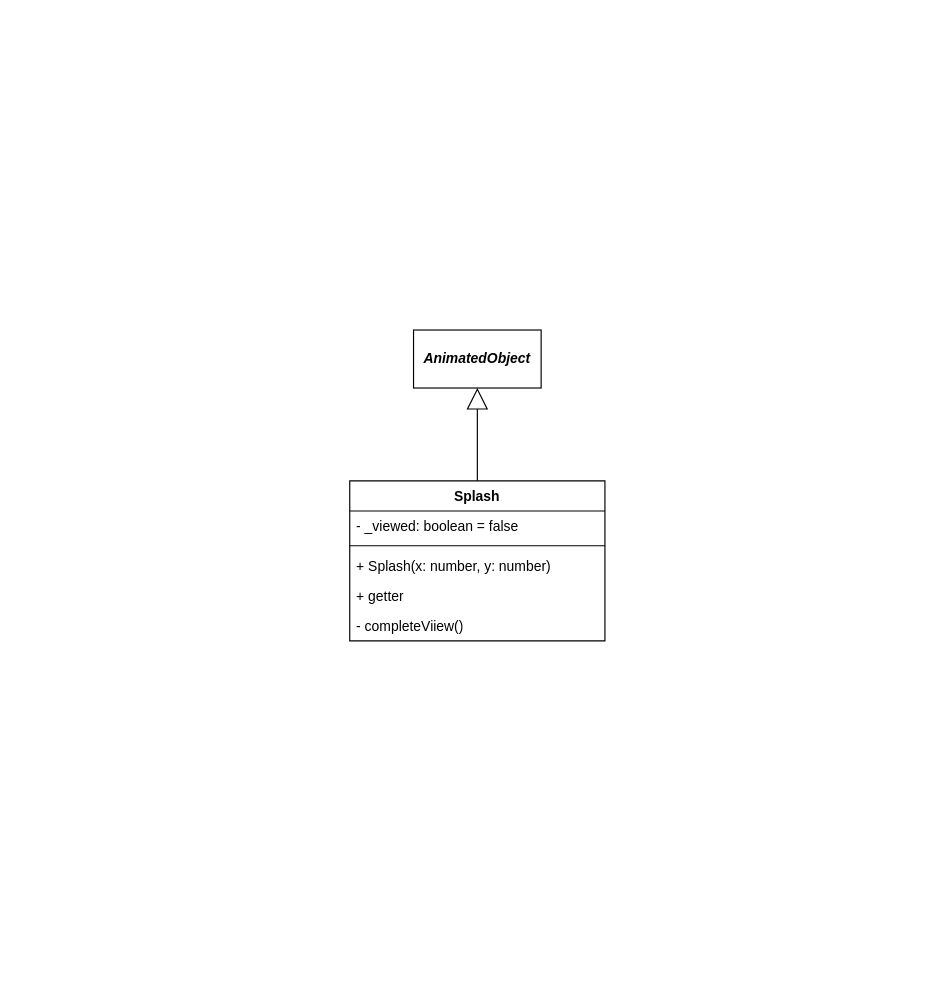
Before: docs/issue/81-diagram.drawio in elma1989/el-pollo-loco, a draw.io diagram. Source tidied: cells renumbered, new cells numbered last; positions are measured from the earlier drawing's top-left corner, leaving out a move shared by most shapes. Both pictures are drawn from the tidied source at 116%, with x=0, y=0 at pixel (349, 329).
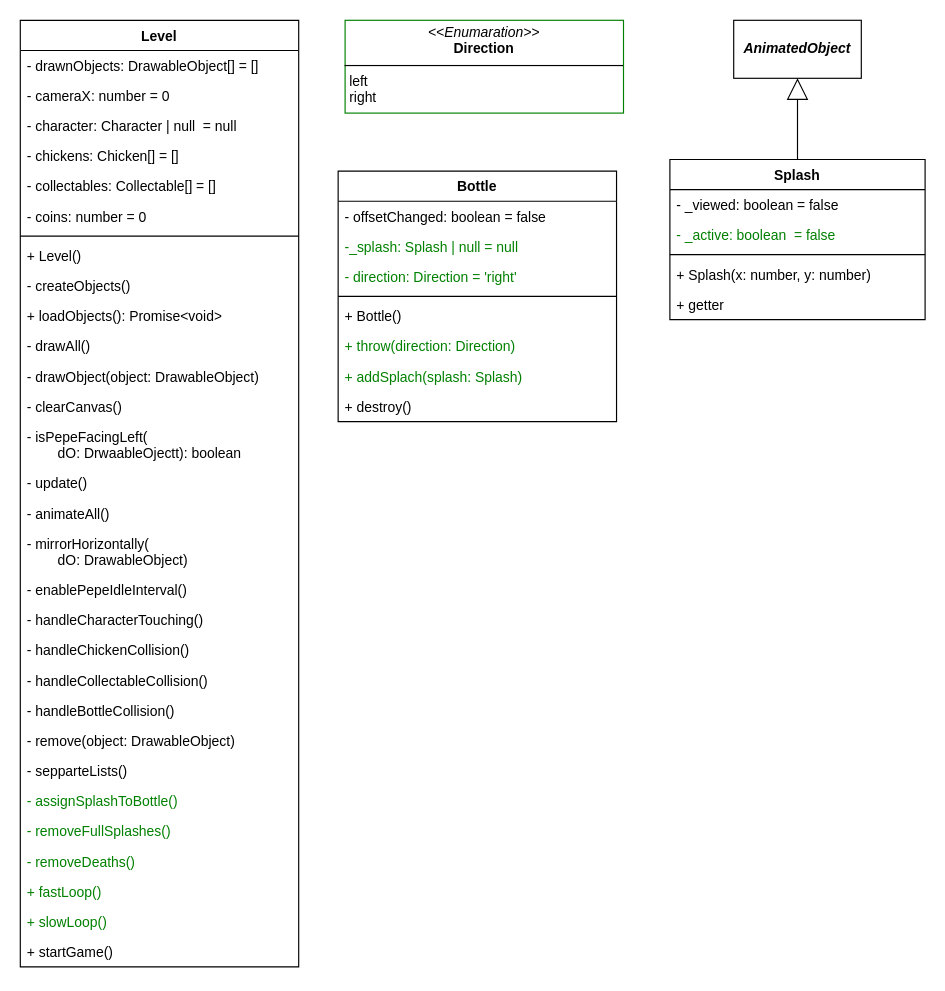
The same diagram, later.

Commit message (it also covers changes not shown here):
doc: Updated issue 81 diagram, Updated Splash, Bottle, Level

What changed in the source:
```diff
@@
     <mxCell id="2" value="Splash" style="swimlane;fontStyle=1;align=center;verticalAlign=top;horizontal=1;startSize=26;whiteSpace=wrap;html=1;" parent="1" vertex="1">
-      <mxGeometry y="130" width="220" height="138" as="geometry" />
+      <mxGeometry x="276" y="-147" width="220" height="138" as="geometry" />
     </mxCell>
@@
+    <mxCell id="10" value="- _active: boolean&amp;nbsp; = false" style="text;strokeColor=none;fillColor=none;align=left;verticalAlign=top;spacingLeft=4;spacingRight=4;overflow=hidden;whiteSpace=wrap;html=1;fontStyle=0;fontColor=light-dark(#008000,#80FF80);" parent="2" vertex="1">
+      <mxGeometry y="52" width="220" height="26" as="geometry" />
+    </mxCell>
     <mxCell id="4" style="line;strokeWidth=1;fillColor=none;align=left;verticalAlign=middle;spacingTop=-1;spacingLeft=3;spacingRight=3;labelPosition=right;strokeColor=inherit;" parent="2" vertex="1">
-      <mxGeometry y="52" width="220" height="8" as="geometry" />
+      <mxGeometry y="78" width="220" height="8" as="geometry" />
     </mxCell>
     <mxCell id="5" value="+ Splash(&lt;span style=&quot;background-color: transparent; color: light-dark(rgb(0, 0, 0), rgb(255, 255, 255));&quot;&gt;x: number, y: number)&lt;/span&gt;" style="text;strokeColor=none;fillColor=none;align=left;verticalAlign=top;spacingLeft=4;spacingRight=4;overflow=hidden;whiteSpace=wrap;html=1;fontStyle=0;" parent="2" vertex="1">
-      <mxGeometry y="60" width="220" height="26" as="geometry" />
+      <mxGeometry y="86" width="220" height="26" as="geometry" />
     </mxCell>
     <mxCell id="6" value="+ getter" style="text;strokeColor=none;fillColor=none;align=left;verticalAlign=top;spacingLeft=4;spacingRight=4;overflow=hidden;whiteSpace=wrap;html=1;fontStyle=0;" parent="2" vertex="1">
-      <mxGeometry y="86" width="220" height="26" as="geometry" />
+      <mxGeometry y="112" width="220" height="26" as="geometry" />
     </mxCell>
-    <mxCell id="7" value="- completeViiew()" style="text;strokeColor=none;fillColor=none;align=left;verticalAlign=top;spacingLeft=4;spacingRight=4;overflow=hidden;whiteSpace=wrap;html=1;fontStyle=0;" parent="2" vertex="1">
-      <mxGeometry y="112" width="220" height="26" as="geometry" />
-    </mxCell>
     <mxCell id="8" value="AnimatedObject" style="html=1;whiteSpace=wrap;fontStyle=3;" parent="1" vertex="1">
-      <mxGeometry x="55" width="110" height="50" as="geometry" />
+      <mxGeometry x="331" y="-267" width="110" height="50" as="geometry" />
     </mxCell>
@@
+    <mxCell id="11" value="Bottle" style="swimlane;fontStyle=1;align=center;verticalAlign=top;horizontal=1;startSize=26;whiteSpace=wrap;html=1;strokeColor=default;" parent="1" vertex="1">
+      <mxGeometry x="-10" y="-137" width="240" height="216" as="geometry" />
+    </mxCell>
+    <mxCell id="12" value="- offsetChanged: boolean = false" style="text;strokeColor=none;fillColor=none;align=left;verticalAlign=top;spacingLeft=4;spacingRight=4;overflow=hidden;whiteSpace=wrap;html=1;fontStyle=0;" parent="11" vertex="1">
+      <mxGeometry y="26" width="240" height="26" as="geometry" />
+    </mxCell>
+    <mxCell id="13" value="-_splash: Splash | null = null" style="text;strokeColor=none;fillColor=none;align=left;verticalAlign=top;spacingLeft=4;spacingRight=4;overflow=hidden;whiteSpace=wrap;html=1;fontStyle=0;fontColor=light-dark(#008000,#80FF80);" parent="11" vertex="1">
+      <mxGeometry y="52" width="240" height="26" as="geometry" />
+    </mxCell>
+    <mxCell id="14" value="- direction: Direction = 'right'" style="text;strokeColor=none;fillColor=none;align=left;verticalAlign=top;spacingLeft=4;spacingRight=4;overflow=hidden;whiteSpace=wrap;html=1;fontStyle=0;fontColor=light-dark(#008000,#80FF80);" parent="11" vertex="1">
+      <mxGeometry y="78" width="240" height="26" as="geometry" />
+    </mxCell>
+    <mxCell id="15" style="line;strokeWidth=1;fillColor=none;align=left;verticalAlign=middle;spacingTop=-1;spacingLeft=3;spacingRight=3;labelPosition=right;strokeColor=inherit;" parent="11" vertex="1">
+      <mxGeometry y="104" width="240" height="8" as="geometry" />
+    </mxCell>
+    <mxCell id="16" value="+ Bottle()" style="text;strokeColor=none;fillColor=none;align=left;verticalAlign=top;spacingLeft=4;spacingRight=4;overflow=hidden;whiteSpace=wrap;html=1;fontStyle=0;" parent="11" vertex="1">
+      <mxGeometry y="112" width="240" height="26" as="geometry" />
+    </mxCell>
+    <mxCell id="17" value="+ throw(direction: Direction)" style="text;strokeColor=none;fillColor=none;align=left;verticalAlign=top;spacingLeft=4;spacingRight=4;overflow=hidden;whiteSpace=wrap;html=1;fontStyle=0;fontColor=light-dark(#008000,#80FF80);" parent="11" vertex="1">
+      <mxGeometry y="138" width="240" height="26" as="geometry" />
+    </mxCell>
+    <mxCell id="18" value="+ addSplach(splash: Splash)" style="text;strokeColor=none;fillColor=none;align=left;verticalAlign=top;spacingLeft=4;spacingRight=4;overflow=hidden;whiteSpace=wrap;html=1;fontStyle=0;fontColor=light-dark(#008000,#80FF80);" parent="11" vertex="1">
+      <mxGeometry y="164" width="240" height="26" as="geometry" />
+    </mxCell>
+    <mxCell id="19" value="+ destroy()" style="text;strokeColor=none;fillColor=none;align=left;verticalAlign=top;spacingLeft=4;spacingRight=4;overflow=hidden;whiteSpace=wrap;html=1;fontStyle=0;" parent="11" vertex="1">
+      <mxGeometry y="190" width="240" height="26" as="geometry" />
+    </mxCell>
+    <mxCell id="20" value="&lt;p style=&quot;margin:0px;margin-top:4px;text-align:center;&quot;&gt;&lt;i&gt;&amp;lt;&amp;lt;Enumaration&amp;gt;&amp;gt;&lt;/i&gt;&lt;br&gt;&lt;b&gt;Direction&lt;/b&gt;&lt;/p&gt;&lt;hr size=&quot;1&quot; style=&quot;border-style:solid;&quot;&gt;&lt;p style=&quot;margin:0px;margin-left:4px;&quot;&gt;left&lt;/p&gt;&lt;p style=&quot;margin:0px;margin-left:4px;&quot;&gt;right&lt;/p&gt;" style="verticalAlign=top;align=left;overflow=fill;html=1;whiteSpace=wrap;strokeColor=light-dark(#008000,#80FF80);" parent="1" vertex="1">
+      <mxGeometry x="-4" y="-267" width="240" height="80" as="geometry" />
+    </mxCell>
+    <mxCell id="21" value="Level" style="swimlane;fontStyle=1;align=center;verticalAlign=top;horizontal=1;startSize=26;whiteSpace=wrap;html=1;" parent="1" vertex="1">
+      <mxGeometry x="-284" y="-267" width="240" height="816" as="geometry" />
+    </mxCell>
+    <mxCell id="22" value="- drawnObjects: DrawableObject[] = []" style="text;strokeColor=none;fillColor=none;align=left;verticalAlign=top;spacingLeft=4;spacingRight=4;overflow=hidden;whiteSpace=wrap;html=1;" parent="21" vertex="1">
+      <mxGeometry y="26" width="240" height="26" as="geometry" />
+    </mxCell>
+    <mxCell id="23" value="- cameraX: number = 0" style="text;strokeColor=none;fillColor=none;align=left;verticalAlign=top;spacingLeft=4;spacingRight=4;overflow=hidden;whiteSpace=wrap;html=1;" parent="21" vertex="1">
+      <mxGeometry y="52" width="240" height="26" as="geometry" />
+    </mxCell>
+    <mxCell id="24" value="- character: Character | null&amp;nbsp; = null" style="text;strokeColor=none;fillColor=none;align=left;verticalAlign=top;spacingLeft=4;spacingRight=4;overflow=hidden;whiteSpace=wrap;html=1;" parent="21" vertex="1">
+      <mxGeometry y="78" width="240" height="26" as="geometry" />
+    </mxCell>
+    <mxCell id="25" value="- chickens: Chicken[] = []" style="text;strokeColor=none;fillColor=none;align=left;verticalAlign=top;spacingLeft=4;spacingRight=4;overflow=hidden;whiteSpace=wrap;html=1;" parent="21" vertex="1">
+      <mxGeometry y="104" width="240" height="26" as="geometry" />
+    </mxCell>
+    <mxCell id="26" value="- collectables: Collectable[] = []" style="text;strokeColor=none;fillColor=none;align=left;verticalAlign=top;spacingLeft=4;spacingRight=4;overflow=hidden;whiteSpace=wrap;html=1;fontColor=default;" parent="21" vertex="1">
+      <mxGeometry y="130" width="240" height="26" as="geometry" />
+    </mxCell>
+    <mxCell id="27" value="- coins: number = 0" style="text;strokeColor=none;fillColor=none;align=left;verticalAlign=top;spacingLeft=4;spacingRight=4;overflow=hidden;whiteSpace=wrap;html=1;fontColor=default;" parent="21" vertex="1">
+      <mxGeometry y="156" width="240" height="26" as="geometry" />
+    </mxCell>
+    <mxCell id="28" style="line;strokeWidth=1;fillColor=none;align=left;verticalAlign=middle;spacingTop=-1;spacingLeft=3;spacingRight=3;labelPosition=right;strokeColor=inherit;" parent="21" vertex="1">
+      <mxGeometry y="182" width="240" height="8" as="geometry" />
+    </mxCell>
+    <mxCell id="29" value="+ Level()" style="text;strokeColor=none;fillColor=none;align=left;verticalAlign=top;spacingLeft=4;spacingRight=4;overflow=hidden;whiteSpace=wrap;html=1;" parent="21" vertex="1">
+      <mxGeometry y="190" width="240" height="26" as="geometry" />
+    </mxCell>
+    <mxCell id="30" value="- createObjects()" style="text;strokeColor=none;fillColor=none;align=left;verticalAlign=top;spacingLeft=4;spacingRight=4;overflow=hidden;whiteSpace=wrap;html=1;" parent="21" vertex="1">
+      <mxGeometry y="216" width="240" height="26" as="geometry" />
+    </mxCell>
+    <mxCell id="31" value="+ loadObjects(): Promise&amp;lt;void&amp;gt;" style="text;strokeColor=none;fillColor=none;align=left;verticalAlign=top;spacingLeft=4;spacingRight=4;overflow=hidden;whiteSpace=wrap;html=1;" parent="21" vertex="1">
+      <mxGeometry y="242" width="240" height="26" as="geometry" />
+    </mxCell>
+    <mxCell id="32" value="- drawAll()" style="text;strokeColor=none;fillColor=none;align=left;verticalAlign=top;spacingLeft=4;spacingRight=4;overflow=hidden;whiteSpace=wrap;html=1;" parent="21" vertex="1">
+      <mxGeometry y="268" width="240" height="26" as="geometry" />
+    </mxCell>
+    <mxCell id="33" value="- drawObject(object: DrawableObject)" style="text;strokeColor=none;fillColor=none;align=left;verticalAlign=top;spacingLeft=4;spacingRight=4;overflow=hidden;whiteSpace=wrap;html=1;fontColor=default;" parent="21" vertex="1">
+      <mxGeometry y="294" width="240" height="26" as="geometry" />
+    </mxCell>
+    <mxCell id="34" value="- clearCanvas()" style="text;align=left;verticalAlign=top;spacingLeft=4;spacingRight=4;overflow=hidden;whiteSpace=wrap;html=1;" parent="21" vertex="1">
+      <mxGeometry y="320" width="240" height="26" as="geometry" />
+    </mxCell>
+    <mxCell id="35" value="- isPepeFacingLeft(&lt;div&gt;&lt;span style=&quot;white-space: pre;&quot;&gt;&#9;&lt;/span&gt;dO: DrwaableOjectt): boolean&lt;/div&gt;" style="text;strokeColor=none;fillColor=none;align=left;verticalAlign=top;spacingLeft=4;spacingRight=4;overflow=hidden;whiteSpace=wrap;html=1;" parent="21" vertex="1">
+      <mxGeometry y="346" width="240" height="40" as="geometry" />
+    </mxCell>
+    <mxCell id="36" value="- update()" style="text;strokeColor=none;fillColor=none;align=left;verticalAlign=top;spacingLeft=4;spacingRight=4;overflow=hidden;whiteSpace=wrap;html=1;" parent="21" vertex="1">
+      <mxGeometry y="386" width="240" height="26" as="geometry" />
+    </mxCell>
+    <mxCell id="37" value="- animateAll()" style="text;strokeColor=none;fillColor=none;align=left;verticalAlign=top;spacingLeft=4;spacingRight=4;overflow=hidden;whiteSpace=wrap;html=1;" parent="21" vertex="1">
+      <mxGeometry y="412" width="240" height="26" as="geometry" />
+    </mxCell>
+    <mxCell id="38" value="- mirrorHorizontally(&lt;div&gt;&lt;span style=&quot;white-space: pre;&quot;&gt;&#9;&lt;/span&gt;dO: DrawableObject)&lt;/div&gt;" style="text;strokeColor=none;fillColor=none;align=left;verticalAlign=top;spacingLeft=4;spacingRight=4;overflow=hidden;whiteSpace=wrap;html=1;" parent="21" vertex="1">
+      <mxGeometry y="438" width="240" height="40" as="geometry" />
+    </mxCell>
+    <mxCell id="39" value="- enablePepeIdleInterval()" style="text;strokeColor=none;fillColor=none;align=left;verticalAlign=top;spacingLeft=4;spacingRight=4;overflow=hidden;whiteSpace=wrap;html=1;" parent="21" vertex="1">
+      <mxGeometry y="478" width="240" height="26" as="geometry" />
+    </mxCell>
+    <mxCell id="40" value="- handleCharacterTouching()" style="text;strokeColor=none;fillColor=none;align=left;verticalAlign=top;spacingLeft=4;spacingRight=4;overflow=hidden;whiteSpace=wrap;html=1;" parent="21" vertex="1">
+      <mxGeometry y="504" width="240" height="26" as="geometry" />
+    </mxCell>
+    <mxCell id="41" value="- handleChickenCollision()" style="text;strokeColor=none;fillColor=none;align=left;verticalAlign=top;spacingLeft=4;spacingRight=4;overflow=hidden;whiteSpace=wrap;html=1;fontColor=default;" parent="21" vertex="1">
+      <mxGeometry y="530" width="240" height="26" as="geometry" />
+    </mxCell>
+    <mxCell id="42" value="- handleCollectableCollision()" style="text;strokeColor=none;fillColor=none;align=left;verticalAlign=top;spacingLeft=4;spacingRight=4;overflow=hidden;whiteSpace=wrap;html=1;fontColor=default;" parent="21" vertex="1">
+      <mxGeometry y="556" width="240" height="26" as="geometry" />
+    </mxCell>
+    <mxCell id="43" value="- handleBottleCollision()" style="text;strokeColor=none;fillColor=none;align=left;verticalAlign=top;spacingLeft=4;spacingRight=4;overflow=hidden;whiteSpace=wrap;html=1;fontColor=default;" parent="21" vertex="1">
+      <mxGeometry y="582" width="240" height="26" as="geometry" />
+    </mxCell>
+    <mxCell id="44" value="- remove(object: DrawableObject)" style="text;strokeColor=none;fillColor=none;align=left;verticalAlign=top;spacingLeft=4;spacingRight=4;overflow=hidden;whiteSpace=wrap;html=1;fontColor=default;" parent="21" vertex="1">
+      <mxGeometry y="608" width="240" height="26" as="geometry" />
+    </mxCell>
+    <mxCell id="45" value="- sepparteLists()" style="text;strokeColor=none;fillColor=none;align=left;verticalAlign=top;spacingLeft=4;spacingRight=4;overflow=hidden;whiteSpace=wrap;html=1;fontColor=default;" parent="21" vertex="1">
+      <mxGeometry y="634" width="240" height="26" as="geometry" />
+    </mxCell>
+    <mxCell id="46" value="- assignSplashToBottle()" style="text;strokeColor=none;fillColor=none;align=left;verticalAlign=top;spacingLeft=4;spacingRight=4;overflow=hidden;whiteSpace=wrap;html=1;fontColor=light-dark(#008000,#80FF80);" parent="21" vertex="1">
+      <mxGeometry y="660" width="240" height="26" as="geometry" />
+    </mxCell>
+    <mxCell id="47" value="- removeFullSplashes()" style="text;strokeColor=none;fillColor=none;align=left;verticalAlign=top;spacingLeft=4;spacingRight=4;overflow=hidden;whiteSpace=wrap;html=1;fontColor=light-dark(#008000,#80FF80);" parent="21" vertex="1">
+      <mxGeometry y="686" width="240" height="26" as="geometry" />
+    </mxCell>
+    <mxCell id="48" value="- removeDeaths()" style="text;strokeColor=none;fillColor=none;align=left;verticalAlign=top;spacingLeft=4;spacingRight=4;overflow=hidden;whiteSpace=wrap;html=1;fontColor=light-dark(#008000,#80FF80);" parent="21" vertex="1">
+      <mxGeometry y="712" width="240" height="26" as="geometry" />
+    </mxCell>
+    <mxCell id="49" value="+ fastLoop()" style="text;strokeColor=none;fillColor=none;align=left;verticalAlign=top;spacingLeft=4;spacingRight=4;overflow=hidden;whiteSpace=wrap;html=1;fontColor=light-dark(#008000,#80FF80);" parent="21" vertex="1">
+      <mxGeometry y="738" width="240" height="26" as="geometry" />
+    </mxCell>
+    <mxCell id="50" value="+ slowLoop()" style="text;strokeColor=none;fillColor=none;align=left;verticalAlign=top;spacingLeft=4;spacingRight=4;overflow=hidden;whiteSpace=wrap;html=1;fontColor=light-dark(#008000,#80FF80);" parent="21" vertex="1">
+      <mxGeometry y="764" width="240" height="26" as="geometry" />
+    </mxCell>
+    <mxCell id="51" value="+ startGame()" style="text;strokeColor=none;fillColor=none;align=left;verticalAlign=top;spacingLeft=4;spacingRight=4;overflow=hidden;whiteSpace=wrap;html=1;" parent="21" vertex="1">
+      <mxGeometry y="790" width="240" height="26" as="geometry" />
+    </mxCell>
```
